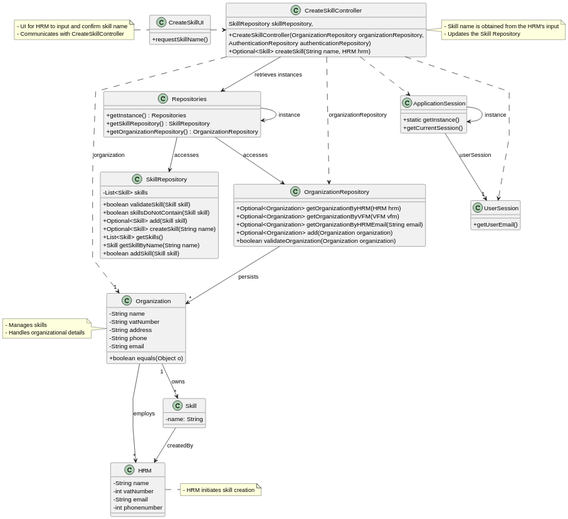
This is docs/sprint3/us001/03.design/svg/us001-class-diagram.svg from tiagosoa/lei-24-s2-1dgh-g073, a PlantUML export, as it was before one commit.
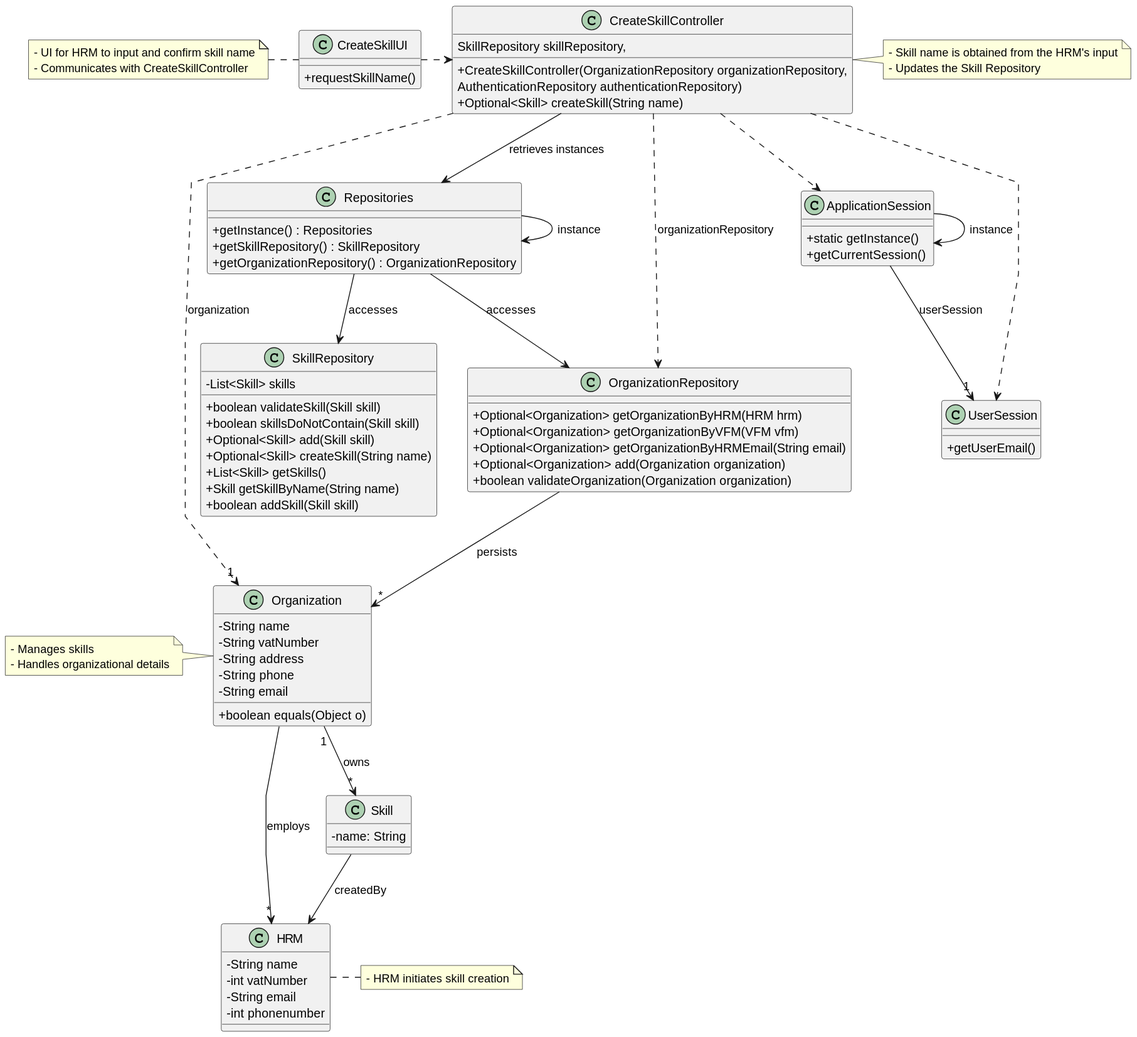
Later version of the same file.

The edit, as a diff of the source:
```diff
@@ -59,7 +59,7 @@
   + CreateSkillController(OrganizationRepository organizationRepository,
                                    SkillRepository skillRepository,
                                    AuthenticationRepository authenticationRepository)
-  + Optional<Skill> createSkill(String name, HRM hrm)
+  + Optional<Skill> createSkill(String name)
 }
 
 class CreateSkillUI {
```
